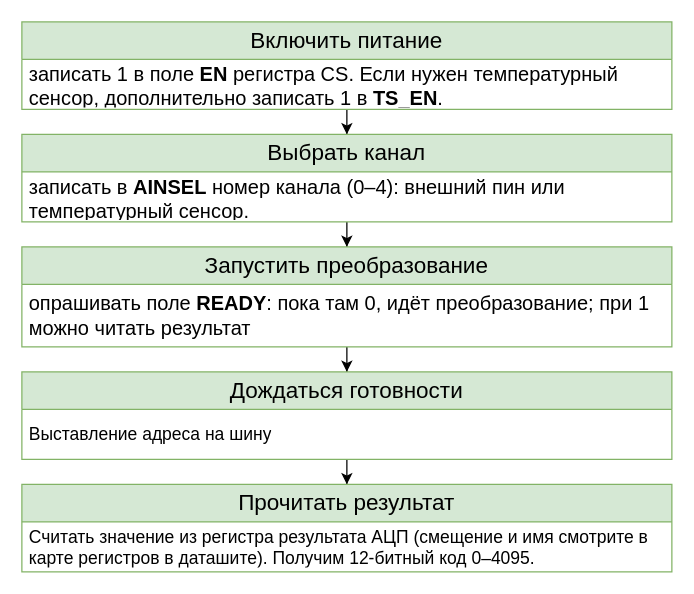
This is page "Как происходит измерение" (2 of 3) of 3 Как работать с периферией микроконтроллера/Схемы/Перриферия.drawio from defthproof/mcu, a draw.io file, before an edit. Source tidied: cells renumbered, new cells numbered last; positions are measured from the earlier drawing's top-left corner, leaving out a move shared by most shapes. Both pictures are drawn from the tidied source at 125%, with x=0, y=0 at pixel (21, 21).
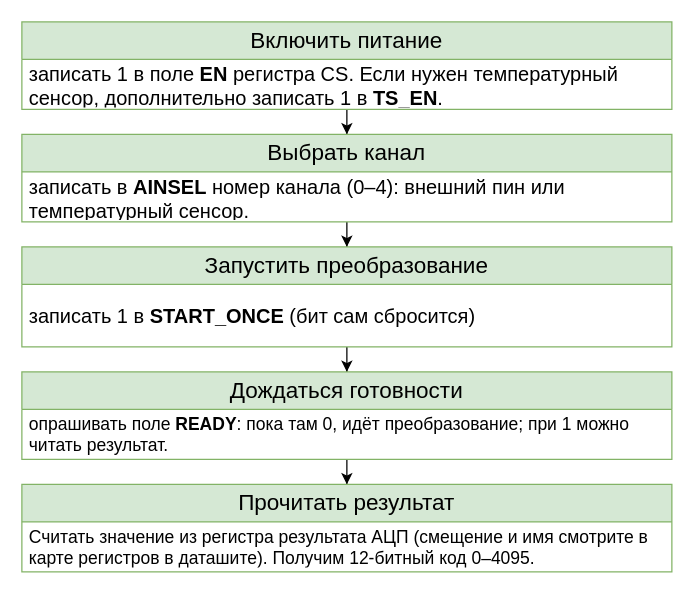
Above is the later version.

Commit message (it also covers changes not shown here):
Исправил схему в слайде с измерением

What changed in the source:
```diff
@@
 <mxGraphModel>
   <root>
     <mxCell id="0" />
     <mxCell id="1" parent="0" />
     <mxCell id="2" style="edgeStyle=orthogonalEdgeStyle;rounded=0;jettySize=auto;html=1;entryX=0.5;entryY=0;entryDx=0;entryDy=0;" parent="1" edge="1" source="3" target="6">
       <mxGeometry relative="1" as="geometry" />
     </mxCell>
     <mxCell id="3" value="&lt;font style=&quot;font-size: 18px;&quot;&gt;Включить питание&lt;/font&gt;" style="swimlane;fontStyle=0;horizontal=1;startSize=30;whiteSpace=wrap;html=1;fillColor=#d5e8d4;strokeColor=#82b366;" parent="1" vertex="1">
       <mxGeometry width="520" height="70" as="geometry" />
     </mxCell>
     <mxCell id="4" value="&lt;font style=&quot;font-size: 16px;&quot;&gt;записать 1 в поле &lt;b&gt;EN &lt;/b&gt;регистра CS. Если нужен температурный сенсор, дополнительно записать 1 в &lt;b&gt;TS_EN&lt;/b&gt;.&lt;/font&gt;" style="text;strokeColor=none;fillColor=none;align=left;verticalAlign=middle;spacingLeft=4;spacingRight=4;overflow=hidden;whiteSpace=wrap;html=1;" parent="3" vertex="1">
       <mxGeometry y="30" width="520" height="40" as="geometry" />
     </mxCell>
     <mxCell id="5" style="edgeStyle=orthogonalEdgeStyle;rounded=0;jettySize=auto;html=1;entryX=0.5;entryY=0;entryDx=0;entryDy=0;" parent="1" edge="1" source="6" target="9">
       <mxGeometry relative="1" as="geometry" />
     </mxCell>
     <mxCell id="6" value="&lt;font style=&quot;font-size: 18px;&quot;&gt;Выбрать канал&lt;/font&gt;" style="swimlane;fontStyle=0;horizontal=1;startSize=30;whiteSpace=wrap;html=1;fillColor=#d5e8d4;strokeColor=#82b366;" parent="1" vertex="1">
       <mxGeometry y="90" width="520" height="70" as="geometry" />
     </mxCell>
     <mxCell id="7" value="&lt;font style=&quot;font-size: 16px;&quot;&gt;записать в &lt;b&gt;AINSEL&lt;/b&gt;&amp;nbsp;номер канала (0–4): внешний пин или температурный сенсор.&lt;/font&gt;" style="text;strokeColor=none;fillColor=none;align=left;verticalAlign=middle;spacingLeft=4;spacingRight=4;overflow=hidden;whiteSpace=wrap;html=1;" parent="6" vertex="1">
       <mxGeometry y="30" width="520" height="40" as="geometry" />
     </mxCell>
     <mxCell id="8" style="edgeStyle=orthogonalEdgeStyle;rounded=0;jettySize=auto;html=1;entryX=0.5;entryY=0;entryDx=0;entryDy=0;" parent="1" edge="1" source="9" target="12">
       <mxGeometry relative="1" as="geometry" />
     </mxCell>
     <mxCell id="9" value="&lt;font style=&quot;font-size: 18px;&quot;&gt;Запустить преобразование&lt;/font&gt;" style="swimlane;fontStyle=0;horizontal=1;startSize=30;whiteSpace=wrap;html=1;fillColor=#d5e8d4;strokeColor=#82b366;" parent="1" vertex="1">
       <mxGeometry y="180" width="520" height="80" as="geometry" />
     </mxCell>
-    <mxCell id="10" value="&lt;font style=&quot;font-size: 16px;&quot;&gt;опрашивать поле &lt;b&gt;READY&lt;/b&gt;: пока там 0, идёт преобразование; при 1 можно читать результат&lt;/font&gt;" style="text;strokeColor=none;fillColor=none;align=left;verticalAlign=middle;spacingLeft=4;spacingRight=4;overflow=hidden;whiteSpace=wrap;html=1;" parent="9" vertex="1">
+    <mxCell id="10" value="&lt;span style=&quot;font-size: 16px;&quot;&gt;записать 1 в &lt;b&gt;START_ONCE&lt;/b&gt; (бит сам сбросится)&lt;/span&gt;" style="text;strokeColor=none;fillColor=none;align=left;verticalAlign=middle;spacingLeft=4;spacingRight=4;overflow=hidden;whiteSpace=wrap;html=1;" parent="9" vertex="1">
       <mxGeometry y="30" width="520" height="50" as="geometry" />
     </mxCell>
     <mxCell id="11" style="edgeStyle=orthogonalEdgeStyle;rounded=0;jettySize=auto;html=1;entryX=0.5;entryY=0;entryDx=0;entryDy=0;" parent="1" edge="1" source="12" target="14">
       <mxGeometry relative="1" as="geometry" />
     </mxCell>
     <mxCell id="12" value="&lt;font style=&quot;font-size: 18px;&quot;&gt;Дождаться готовности&lt;/font&gt;" style="swimlane;fontStyle=0;horizontal=1;startSize=30;whiteSpace=wrap;html=1;fillColor=#d5e8d4;strokeColor=#82b366;" parent="1" vertex="1">
       <mxGeometry y="280" width="520" height="70" as="geometry" />
     </mxCell>
-    <mxCell id="13" value="&lt;font style=&quot;font-size: 14px;&quot;&gt;Выставление адреса на шину&lt;/font&gt;" style="text;strokeColor=none;fillColor=none;align=left;verticalAlign=middle;spacingLeft=4;spacingRight=4;overflow=hidden;whiteSpace=wrap;html=1;" parent="12" vertex="1">
+    <mxCell id="13" value="&lt;font style=&quot;font-size: 14px;&quot;&gt;опрашивать поле &lt;b&gt;READY&lt;/b&gt;: пока там 0, идёт преобразование; при 1 можно читать результат.&lt;/font&gt;" style="text;strokeColor=none;fillColor=none;align=left;verticalAlign=middle;spacingLeft=4;spacingRight=4;overflow=hidden;whiteSpace=wrap;html=1;" parent="12" vertex="1">
       <mxGeometry y="30" width="520" height="40" as="geometry" />
     </mxCell>
     <mxCell id="14" value="&lt;font style=&quot;font-size: 18px;&quot;&gt;Прочитать результат&lt;/font&gt;" style="swimlane;fontStyle=0;horizontal=1;startSize=30;whiteSpace=wrap;html=1;fillColor=#d5e8d4;strokeColor=#82b366;" parent="1" vertex="1">
       <mxGeometry y="370" width="520" height="70" as="geometry" />
     </mxCell>
     <mxCell id="15" value="&lt;font style=&quot;font-size: 14px;&quot;&gt;Считать значение из регистра результата АЦП (смещение и имя смотрите в карте регистров в даташите). Получим 12-битный код 0–4095.&lt;/font&gt;" style="text;strokeColor=none;fillColor=none;align=left;verticalAlign=middle;spacingLeft=4;spacingRight=4;overflow=hidden;whiteSpace=wrap;html=1;" parent="14" vertex="1">
       <mxGeometry y="30" width="520" height="40" as="geometry" />
     </mxCell>
   </root>
 </mxGraphModel>
```
